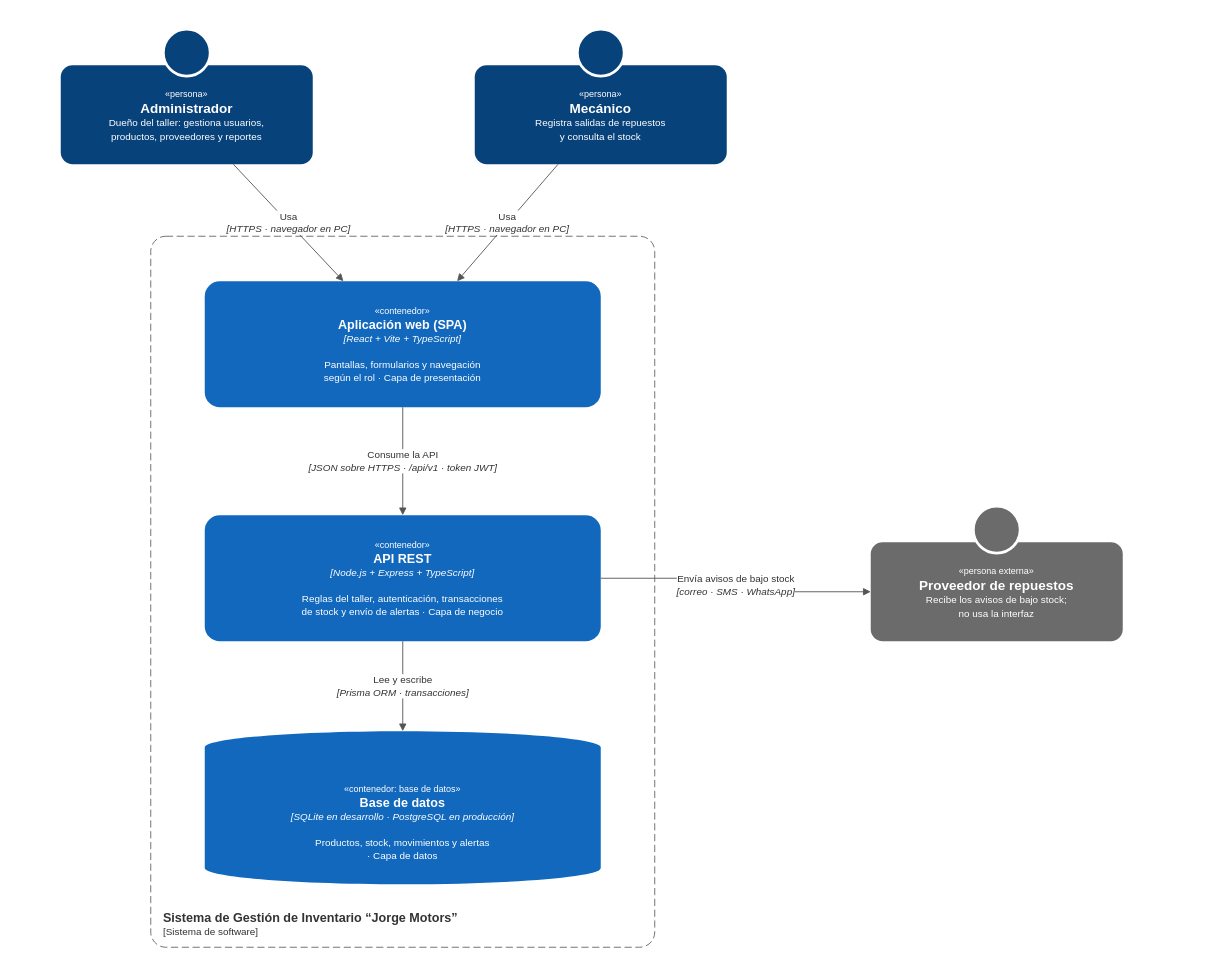
Before: docs/diagramas/fig03_c4_contenedores.drawio in JhosepString/jorge-motors, a draw.io diagram. Source tidied: cells renumbered, new cells numbered last; positions are measured from the earlier drawing's top-left corner, leaving out a move shared by most shapes. Both pictures are drawn from the tidied source at 90%, with x=0, y=0 at pixel (60, 29).
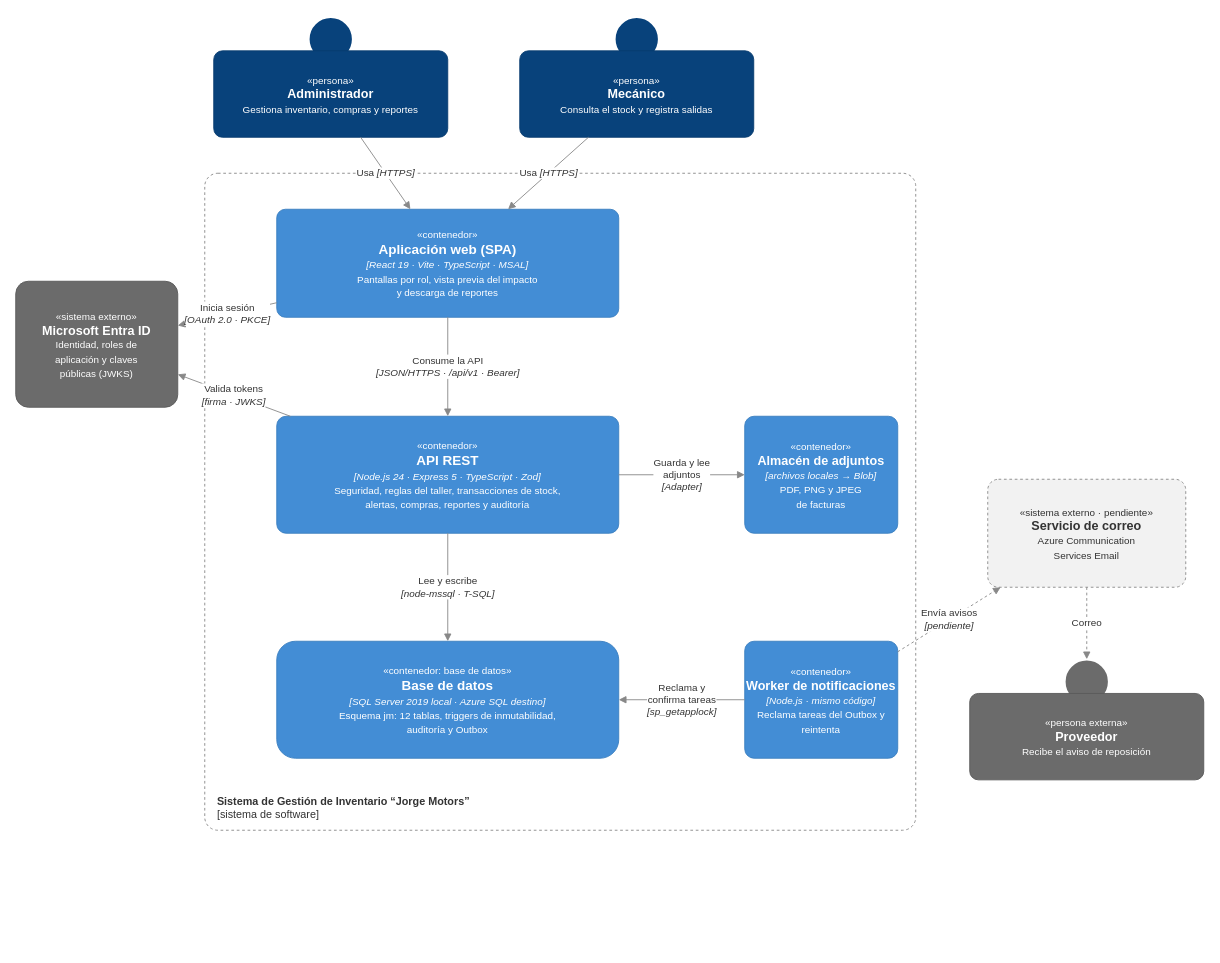
After the change.

Diff of the diagram source:
```diff
@@
-    <mxCell id="2" value="&lt;font style=&quot;font-size:10px&quot;&gt;«persona»&lt;/font&gt;&lt;br&gt;&lt;b style=&quot;font-size:15px&quot;&gt;Administrador&lt;/b&gt;&lt;br&gt;&lt;font style=&quot;font-size:11px&quot;&gt;Dueño del taller: gestiona usuarios,&lt;br&gt;productos, proveedores y reportes&lt;/font&gt;" style="rounded=1;arcSize=12;whiteSpace=wrap;html=1;fillColor=#08427B;strokeColor=none;fontColor=#FFFFFF;fontSize=12;verticalAlign=middle;" parent="1" vertex="1">
-      <mxGeometry y="40" width="280" height="110" as="geometry" />
-    </mxCell>
-    <mxCell id="3" style="ellipse;whiteSpace=wrap;html=1;fillColor=#08427B;strokeColor=#FFFFFF;strokeWidth=3;" parent="1" vertex="1">
-      <mxGeometry x="114" width="52" height="52" as="geometry" />
-    </mxCell>
-    <mxCell id="4" value="&lt;font style=&quot;font-size:10px&quot;&gt;«persona»&lt;/font&gt;&lt;br&gt;&lt;b style=&quot;font-size:15px&quot;&gt;Mecánico&lt;/b&gt;&lt;br&gt;&lt;font style=&quot;font-size:11px&quot;&gt;Registra salidas de repuestos&lt;br&gt;y consulta el stock&lt;/font&gt;" style="rounded=1;arcSize=12;whiteSpace=wrap;html=1;fillColor=#08427B;strokeColor=none;fontColor=#FFFFFF;fontSize=12;verticalAlign=middle;" parent="1" vertex="1">
-      <mxGeometry x="460" y="40" width="280" height="110" as="geometry" />
-    </mxCell>
-    <mxCell id="5" style="ellipse;whiteSpace=wrap;html=1;fillColor=#08427B;strokeColor=#FFFFFF;strokeWidth=3;" parent="1" vertex="1">
-      <mxGeometry x="574" width="52" height="52" as="geometry" />
-    </mxCell>
-    <mxCell id="6" value="&lt;b style=&quot;font-size:14px&quot;&gt;Sistema de Gestión de Inventario “Jorge Motors”&lt;/b&gt;&lt;br&gt;&lt;font style=&quot;font-size:11px&quot;&gt;[Sistema de software]&lt;/font&gt;" style="rounded=1;arcSize=3;whiteSpace=wrap;html=1;fillColor=none;strokeColor=#666666;dashed=1;dashPattern=8 4;verticalAlign=bottom;align=left;spacingLeft=12;spacingBottom=8;fontColor=#333333;" parent="1" vertex="1">
-      <mxGeometry x="100" y="230" width="560" height="790" as="geometry" />
-    </mxCell>
-    <mxCell id="7" value="&lt;font style=&quot;font-size:10px&quot;&gt;«contenedor»&lt;/font&gt;&lt;br&gt;&lt;b style=&quot;font-size:14px&quot;&gt;Aplicación web (SPA)&lt;/b&gt;&lt;br&gt;&lt;i style=&quot;font-size:11px&quot;&gt;[React + Vite + TypeScript]&lt;/i&gt;&lt;br&gt;&lt;br&gt;&lt;font style=&quot;font-size:11px&quot;&gt;Pantallas, formularios y navegación&lt;br&gt;según el rol · Capa de presentación&lt;/font&gt;" style="rounded=1;arcSize=12;whiteSpace=wrap;html=1;fillColor=#1168BD;strokeColor=none;fontColor=#FFFFFF;fontSize=12;" parent="1" vertex="1">
-      <mxGeometry x="160" y="280" width="440" height="140" as="geometry" />
-    </mxCell>
-    <mxCell id="8" value="&lt;font style=&quot;font-size:10px&quot;&gt;«contenedor»&lt;/font&gt;&lt;br&gt;&lt;b style=&quot;font-size:14px&quot;&gt;API REST&lt;/b&gt;&lt;br&gt;&lt;i style=&quot;font-size:11px&quot;&gt;[Node.js + Express + TypeScript]&lt;/i&gt;&lt;br&gt;&lt;br&gt;&lt;font style=&quot;font-size:11px&quot;&gt;Reglas del taller, autenticación, transacciones&lt;br&gt;de stock y envío de alertas · Capa de negocio&lt;/font&gt;" style="rounded=1;arcSize=12;whiteSpace=wrap;html=1;fillColor=#1168BD;strokeColor=none;fontColor=#FFFFFF;fontSize=12;" parent="1" vertex="1">
-      <mxGeometry x="160" y="540" width="440" height="140" as="geometry" />
-    </mxCell>
-    <mxCell id="9" value="&lt;font style=&quot;font-size:10px&quot;&gt;«contenedor: base de datos»&lt;/font&gt;&lt;br&gt;&lt;b style=&quot;font-size:14px&quot;&gt;Base de datos&lt;/b&gt;&lt;br&gt;&lt;i style=&quot;font-size:11px&quot;&gt;[SQLite en desarrollo · PostgreSQL en producción]&lt;/i&gt;&lt;br&gt;&lt;br&gt;&lt;font style=&quot;font-size:11px&quot;&gt;Productos, stock, movimientos y alertas&lt;br&gt;· Capa de datos&lt;/font&gt;" style="shape=cylinder3;boundedLbl=1;size=18;whiteSpace=wrap;html=1;fillColor=#1168BD;strokeColor=none;fontColor=#FFFFFF;fontSize=12;" parent="1" vertex="1">
-      <mxGeometry x="160" y="780" width="440" height="170" as="geometry" />
-    </mxCell>
-    <mxCell id="10" value="&lt;font style=&quot;font-size:10px&quot;&gt;«persona externa»&lt;/font&gt;&lt;br&gt;&lt;b style=&quot;font-size:15px&quot;&gt;Proveedor de repuestos&lt;/b&gt;&lt;br&gt;&lt;font style=&quot;font-size:11px&quot;&gt;Recibe los avisos de bajo stock;&lt;br&gt;no usa la interfaz&lt;/font&gt;" style="rounded=1;arcSize=12;whiteSpace=wrap;html=1;fillColor=#6B6B6B;strokeColor=none;fontColor=#FFFFFF;fontSize=12;verticalAlign=middle;" parent="1" vertex="1">
-      <mxGeometry x="900" y="570" width="280" height="110" as="geometry" />
-    </mxCell>
-    <mxCell id="11" style="ellipse;whiteSpace=wrap;html=1;fillColor=#6B6B6B;strokeColor=#FFFFFF;strokeWidth=3;" parent="1" vertex="1">
-      <mxGeometry x="1014" y="530" width="52" height="52" as="geometry" />
-    </mxCell>
-    <mxCell id="12" value="Usa&lt;br&gt;&lt;i&gt;[HTTPS · navegador en PC]&lt;/i&gt;" style="edgeStyle=orthogonalEdgeStyle;rounded=1;html=1;endArrow=block;endFill=1;strokeColor=#555555;fontColor=#333333;fontSize=11;labelBackgroundColor=#FFFFFF;edgeStyle=none;" parent="1" edge="1" source="2" target="7">
-      <mxGeometry relative="1" as="geometry" />
-    </mxCell>
-    <mxCell id="13" value="Usa&lt;br&gt;&lt;i&gt;[HTTPS · navegador en PC]&lt;/i&gt;" style="edgeStyle=orthogonalEdgeStyle;rounded=1;html=1;endArrow=block;endFill=1;strokeColor=#555555;fontColor=#333333;fontSize=11;labelBackgroundColor=#FFFFFF;edgeStyle=none;" parent="1" edge="1" source="4" target="7">
-      <mxGeometry relative="1" as="geometry" />
-    </mxCell>
-    <mxCell id="14" value="Consume la API&lt;br&gt;&lt;i&gt;[JSON sobre HTTPS · /api/v1 · token JWT]&lt;/i&gt;" style="edgeStyle=orthogonalEdgeStyle;rounded=1;html=1;endArrow=block;endFill=1;strokeColor=#555555;fontColor=#333333;fontSize=11;labelBackgroundColor=#FFFFFF;" parent="1" edge="1" source="7" target="8">
-      <mxGeometry relative="1" as="geometry" />
-    </mxCell>
-    <mxCell id="15" value="Lee y escribe&lt;br&gt;&lt;i&gt;[Prisma ORM · transacciones]&lt;/i&gt;" style="edgeStyle=orthogonalEdgeStyle;rounded=1;html=1;endArrow=block;endFill=1;strokeColor=#555555;fontColor=#333333;fontSize=11;labelBackgroundColor=#FFFFFF;" parent="1" edge="1" source="8" target="9">
-      <mxGeometry relative="1" as="geometry" />
-    </mxCell>
-    <mxCell id="16" value="Envía avisos de bajo stock&lt;br&gt;&lt;i&gt;[correo · SMS · WhatsApp]&lt;/i&gt;" style="edgeStyle=orthogonalEdgeStyle;rounded=1;html=1;endArrow=block;endFill=1;strokeColor=#555555;fontColor=#333333;fontSize=11;labelBackgroundColor=#FFFFFF;" parent="1" edge="1" source="8" target="10">
-      <mxGeometry relative="1" as="geometry" />
-    </mxCell>
+    <mxCell id="17" style="ellipse;whiteSpace=wrap;html=1;fillColor=#08427B;strokeColor=#FFFFFF;strokeWidth=3;" parent="1" vertex="1">
+      <mxGeometry x="275" y="-14" width="50" height="50" as="geometry" />
+    </mxCell>
+    <mxCell id="18" value="&lt;font style=&quot;font-size:11px&quot;&gt;«persona»&lt;/font&gt;&lt;br&gt;&lt;b style=&quot;font-size:14px&quot;&gt;Administrador&lt;/b&gt;&lt;br&gt;&lt;font style=&quot;font-size:11px&quot;&gt;Gestiona inventario, compras y reportes&lt;/font&gt;" style="rounded=1;arcSize=10;whiteSpace=wrap;html=1;fillColor=#08427B;strokeColor=#073B6F;fontColor=#FFFFFF;fontSize=13;" parent="1" vertex="1">
+      <mxGeometry x="170" y="24" width="260" height="96" as="geometry" />
+    </mxCell>
+    <mxCell id="19" style="ellipse;whiteSpace=wrap;html=1;fillColor=#08427B;strokeColor=#FFFFFF;strokeWidth=3;" parent="1" vertex="1">
+      <mxGeometry x="615" y="-14" width="50" height="50" as="geometry" />
+    </mxCell>
+    <mxCell id="20" value="&lt;font style=&quot;font-size:11px&quot;&gt;«persona»&lt;/font&gt;&lt;br&gt;&lt;b style=&quot;font-size:14px&quot;&gt;Mecánico&lt;/b&gt;&lt;br&gt;&lt;font style=&quot;font-size:11px&quot;&gt;Consulta el stock y registra salidas&lt;/font&gt;" style="rounded=1;arcSize=10;whiteSpace=wrap;html=1;fillColor=#08427B;strokeColor=#073B6F;fontColor=#FFFFFF;fontSize=13;" parent="1" vertex="1">
+      <mxGeometry x="510" y="24" width="260" height="96" as="geometry" />
+    </mxCell>
+    <mxCell id="21" value="&lt;b&gt;Sistema de Gestión de Inventario “Jorge Motors”&lt;/b&gt;&lt;br&gt;[sistema de software]" style="rounded=1;arcSize=2;whiteSpace=wrap;html=1;fillColor=none;strokeColor=#888888;dashed=1;verticalAlign=bottom;align=left;spacingLeft=12;fontSize=12;fontColor=#333333;spacingBottom=8;" parent="1" vertex="1">
+      <mxGeometry x="160" y="160" width="790" height="730" as="geometry" />
+    </mxCell>
+    <mxCell id="22" value="&lt;font style=&quot;font-size:11px&quot;&gt;«contenedor»&lt;/font&gt;&lt;br&gt;&lt;b style=&quot;font-size:15px&quot;&gt;Aplicación web (SPA)&lt;/b&gt;&lt;br&gt;&lt;i style=&quot;font-size:11px&quot;&gt;[React 19 · Vite · TypeScript · MSAL]&lt;/i&gt;&lt;br&gt;&lt;font style=&quot;font-size:11px&quot;&gt;Pantallas por rol, vista previa del impacto&lt;br&gt;y descarga de reportes&lt;/font&gt;" style="rounded=1;arcSize=8;whiteSpace=wrap;html=1;fillColor=#438DD5;strokeColor=#3C7FC0;fontColor=#FFFFFF;fontSize=13;" parent="1" vertex="1">
+      <mxGeometry x="240" y="200" width="380" height="120" as="geometry" />
+    </mxCell>
+    <mxCell id="23" value="&lt;font style=&quot;font-size:11px&quot;&gt;«contenedor»&lt;/font&gt;&lt;br&gt;&lt;b style=&quot;font-size:15px&quot;&gt;API REST&lt;/b&gt;&lt;br&gt;&lt;i style=&quot;font-size:11px&quot;&gt;[Node.js 24 · Express 5 · TypeScript · Zod]&lt;/i&gt;&lt;br&gt;&lt;font style=&quot;font-size:11px&quot;&gt;Seguridad, reglas del taller, transacciones de stock,&lt;br&gt;alertas, compras, reportes y auditoría&lt;/font&gt;" style="rounded=1;arcSize=8;whiteSpace=wrap;html=1;fillColor=#438DD5;strokeColor=#3C7FC0;fontColor=#FFFFFF;fontSize=13;" parent="1" vertex="1">
+      <mxGeometry x="240" y="430" width="380" height="130" as="geometry" />
+    </mxCell>
+    <mxCell id="24" value="&lt;font style=&quot;font-size:11px&quot;&gt;«contenedor: base de datos»&lt;/font&gt;&lt;br&gt;&lt;b style=&quot;font-size:15px&quot;&gt;Base de datos&lt;/b&gt;&lt;br&gt;&lt;i style=&quot;font-size:11px&quot;&gt;[SQL Server 2019 local · Azure SQL destino]&lt;/i&gt;&lt;br&gt;&lt;font style=&quot;font-size:11px&quot;&gt;Esquema jm: 12 tablas, triggers de inmutabilidad,&lt;br&gt;auditoría y Outbox&lt;/font&gt;" style="rounded=1;arcSize=8;whiteSpace=wrap;html=1;fillColor=#438DD5;strokeColor=#3C7FC0;fontColor=#FFFFFF;fontSize=13;arcSize=16;" parent="1" vertex="1">
+      <mxGeometry x="240" y="680" width="380" height="130" as="geometry" />
+    </mxCell>
+    <mxCell id="25" value="&lt;font style=&quot;font-size:11px&quot;&gt;«contenedor»&lt;/font&gt;&lt;br&gt;&lt;b style=&quot;font-size:14px&quot;&gt;Almacén de adjuntos&lt;/b&gt;&lt;br&gt;&lt;i style=&quot;font-size:11px&quot;&gt;[archivos locales → Blob]&lt;/i&gt;&lt;br&gt;&lt;font style=&quot;font-size:11px&quot;&gt;PDF, PNG y JPEG&lt;br&gt;de facturas&lt;/font&gt;" style="rounded=1;arcSize=8;whiteSpace=wrap;html=1;fillColor=#438DD5;strokeColor=#3C7FC0;fontColor=#FFFFFF;fontSize=13;" parent="1" vertex="1">
+      <mxGeometry x="760" y="430" width="170" height="130" as="geometry" />
+    </mxCell>
+    <mxCell id="26" value="&lt;font style=&quot;font-size:11px&quot;&gt;«contenedor»&lt;/font&gt;&lt;br&gt;&lt;b style=&quot;font-size:14px&quot;&gt;Worker de notificaciones&lt;/b&gt;&lt;br&gt;&lt;i style=&quot;font-size:11px&quot;&gt;[Node.js · mismo código]&lt;/i&gt;&lt;br&gt;&lt;font style=&quot;font-size:11px&quot;&gt;Reclama tareas del Outbox y reintenta&lt;/font&gt;" style="rounded=1;arcSize=8;whiteSpace=wrap;html=1;fillColor=#438DD5;strokeColor=#3C7FC0;fontColor=#FFFFFF;fontSize=13;" parent="1" vertex="1">
+      <mxGeometry x="760" y="680" width="170" height="130" as="geometry" />
+    </mxCell>
+    <mxCell id="27" value="&lt;font style=&quot;font-size:11px&quot;&gt;«sistema externo»&lt;/font&gt;&lt;br&gt;&lt;b style=&quot;font-size:14px&quot;&gt;Microsoft Entra ID&lt;/b&gt;&lt;br&gt;&lt;font style=&quot;font-size:11px&quot;&gt;Identidad, roles de&lt;br&gt;aplicación y claves&lt;br&gt;públicas (JWKS)&lt;/font&gt;" style="rounded=1;arcSize=10;whiteSpace=wrap;html=1;fillColor=#6B6B6B;strokeColor=#5A5A5A;fontColor=#FFFFFF;fontSize=13;" parent="1" vertex="1">
+      <mxGeometry x="-50" y="280" width="180" height="140" as="geometry" />
+    </mxCell>
+    <mxCell id="28" value="&lt;font style=&quot;font-size:11px&quot;&gt;«sistema externo · pendiente»&lt;/font&gt;&lt;br&gt;&lt;b style=&quot;font-size:14px&quot;&gt;Servicio de correo&lt;/b&gt;&lt;br&gt;&lt;font style=&quot;font-size:11px&quot;&gt;Azure Communication&lt;br&gt;Services Email&lt;/font&gt;" style="rounded=1;arcSize=10;whiteSpace=wrap;html=1;fillColor=#F2F2F2;strokeColor=#8A8A8A;dashed=1;fontColor=#333333;fontSize=13;" parent="1" vertex="1">
+      <mxGeometry x="1030" y="500" width="220" height="120" as="geometry" />
+    </mxCell>
+    <mxCell id="29" style="ellipse;whiteSpace=wrap;html=1;fillColor=#6B6B6B;strokeColor=#FFFFFF;strokeWidth=3;" parent="1" vertex="1">
+      <mxGeometry x="1115" y="700" width="50" height="50" as="geometry" />
+    </mxCell>
+    <mxCell id="30" value="&lt;font style=&quot;font-size:11px&quot;&gt;«persona externa»&lt;/font&gt;&lt;br&gt;&lt;b style=&quot;font-size:14px&quot;&gt;Proveedor&lt;/b&gt;&lt;br&gt;&lt;font style=&quot;font-size:11px&quot;&gt;Recibe el aviso de reposición&lt;/font&gt;" style="rounded=1;arcSize=10;whiteSpace=wrap;html=1;fillColor=#6B6B6B;strokeColor=#5A5A5A;fontColor=#FFFFFF;fontSize=13;" parent="1" vertex="1">
+      <mxGeometry x="1010" y="738" width="260" height="96" as="geometry" />
+    </mxCell>
+    <mxCell id="31" value="Usa &lt;i style=&quot;font-size:11px&quot;&gt;[HTTPS]&lt;/i&gt;" style="edgeStyle=none;rounded=1;html=1;endArrow=block;endFill=1;strokeColor=#888888;fontColor=#333333;fontSize=11;labelBackgroundColor=#FFFFFF;" parent="1" edge="1" source="18" target="22">
+      <mxGeometry relative="1" as="geometry" />
+    </mxCell>
+    <mxCell id="32" value="Usa &lt;i style=&quot;font-size:11px&quot;&gt;[HTTPS]&lt;/i&gt;" style="edgeStyle=none;rounded=1;html=1;endArrow=block;endFill=1;strokeColor=#888888;fontColor=#333333;fontSize=11;labelBackgroundColor=#FFFFFF;" parent="1" edge="1" source="20" target="22">
+      <mxGeometry relative="1" as="geometry" />
+    </mxCell>
+    <mxCell id="33" value="Inicia sesión&lt;br&gt;&lt;i style=&quot;font-size:11px&quot;&gt;[OAuth 2.0 · PKCE]&lt;/i&gt;" style="edgeStyle=none;rounded=1;html=1;endArrow=block;endFill=1;strokeColor=#888888;fontColor=#333333;fontSize=11;labelBackgroundColor=#FFFFFF;" parent="1" edge="1" source="22" target="27">
+      <mxGeometry relative="1" as="geometry" />
+    </mxCell>
+    <mxCell id="34" value="Consume la API&lt;br&gt;&lt;i style=&quot;font-size:11px&quot;&gt;[JSON/HTTPS · /api/v1 · Bearer]&lt;/i&gt;" style="edgeStyle=none;rounded=1;html=1;endArrow=block;endFill=1;strokeColor=#888888;fontColor=#333333;fontSize=11;labelBackgroundColor=#FFFFFF;" parent="1" edge="1" source="22" target="23">
+      <mxGeometry relative="1" as="geometry" />
+    </mxCell>
+    <mxCell id="35" value="Valida tokens&lt;br&gt;&lt;i style=&quot;font-size:11px&quot;&gt;[firma · JWKS]&lt;/i&gt;" style="edgeStyle=none;rounded=1;html=1;endArrow=block;endFill=1;strokeColor=#888888;fontColor=#333333;fontSize=11;labelBackgroundColor=#FFFFFF;" parent="1" edge="1" source="23" target="27">
+      <mxGeometry relative="1" as="geometry" />
+    </mxCell>
+    <mxCell id="36" value="Lee y escribe&lt;br&gt;&lt;i style=&quot;font-size:11px&quot;&gt;[node-mssql · T-SQL]&lt;/i&gt;" style="edgeStyle=none;rounded=1;html=1;endArrow=block;endFill=1;strokeColor=#888888;fontColor=#333333;fontSize=11;labelBackgroundColor=#FFFFFF;" parent="1" edge="1" source="23" target="24">
+      <mxGeometry relative="1" as="geometry" />
+    </mxCell>
+    <mxCell id="37" value="Guarda y lee&lt;br&gt;adjuntos&lt;br&gt;&lt;i style=&quot;font-size:11px&quot;&gt;[Adapter]&lt;/i&gt;" style="edgeStyle=none;rounded=1;html=1;endArrow=block;endFill=1;strokeColor=#888888;fontColor=#333333;fontSize=11;labelBackgroundColor=#FFFFFF;" parent="1" edge="1" source="23" target="25">
+      <mxGeometry relative="1" as="geometry" />
+    </mxCell>
+    <mxCell id="38" value="Reclama y&lt;br&gt;confirma tareas&lt;br&gt;&lt;i style=&quot;font-size:11px&quot;&gt;[sp_getapplock]&lt;/i&gt;" style="edgeStyle=none;rounded=1;html=1;endArrow=block;endFill=1;strokeColor=#888888;fontColor=#333333;fontSize=11;labelBackgroundColor=#FFFFFF;" parent="1" edge="1" source="26" target="24">
+      <mxGeometry relative="1" as="geometry" />
+    </mxCell>
+    <mxCell id="39" value="Envía avisos&lt;br&gt;&lt;i style=&quot;font-size:11px&quot;&gt;[pendiente]&lt;/i&gt;" style="edgeStyle=none;rounded=1;html=1;endArrow=block;endFill=1;strokeColor=#888888;fontColor=#333333;fontSize=11;labelBackgroundColor=#FFFFFF;dashed=1;" parent="1" edge="1" source="26" target="28">
+      <mxGeometry relative="1" as="geometry" />
+    </mxCell>
+    <mxCell id="40" value="Correo" style="edgeStyle=none;rounded=1;html=1;endArrow=block;endFill=1;strokeColor=#888888;fontColor=#333333;fontSize=11;labelBackgroundColor=#FFFFFF;dashed=1;" parent="1" edge="1" source="28" target="29">
+      <mxGeometry relative="1" as="geometry" />
+    </mxCell>
```
